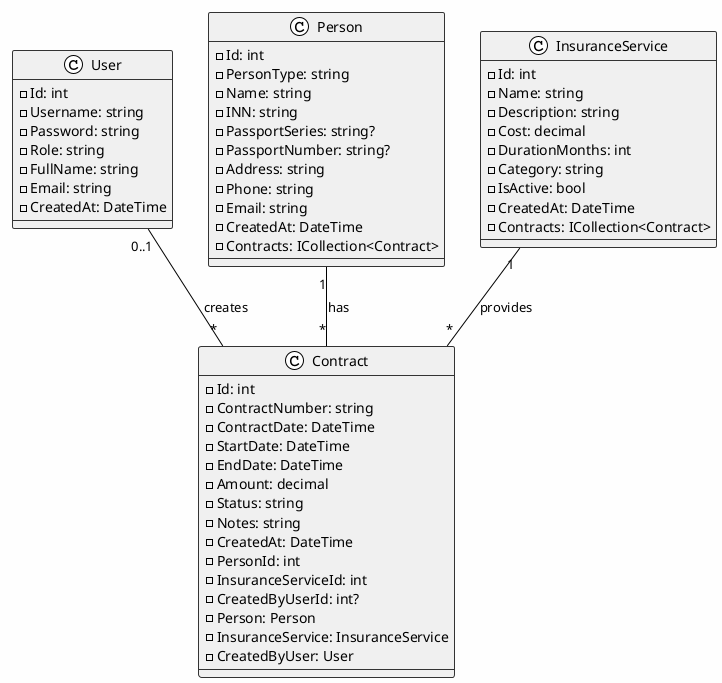
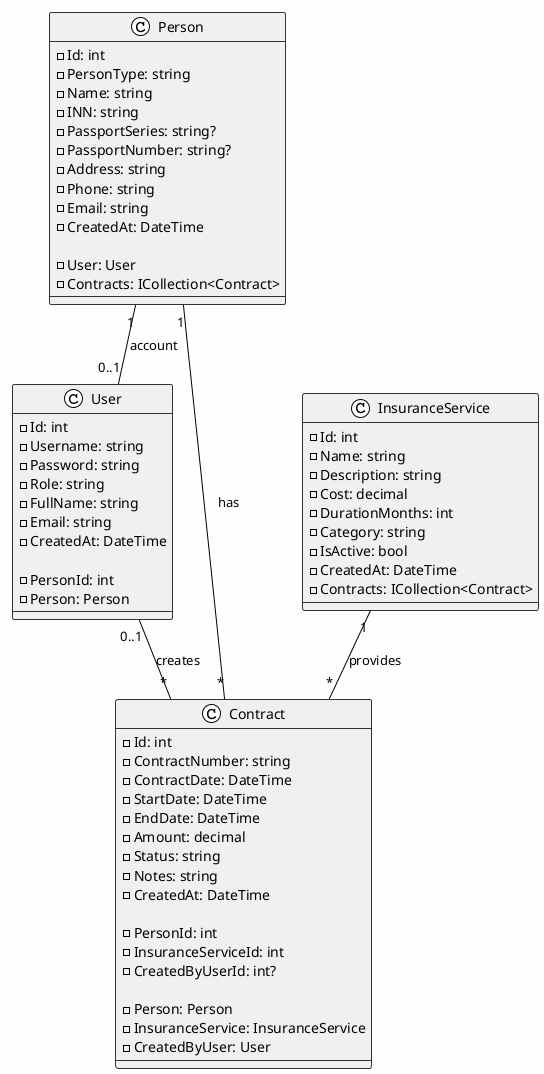
@startuml Orbis_ClassDiagram
!theme plain
skinparam backgroundColor #FEFEFE
skinparam classBackgroundColor #F0F0F0
skinparam classBorderColor #333333

class User {
    - Id: int
    - Username: string
    - Password: string
    - Role: string
    - FullName: string
    - Email: string
    - CreatedAt: DateTime
+ 
+     - PersonId: int
+     - Person: Person
}

class Person {
    - Id: int
    - PersonType: string
    - Name: string
    - INN: string
    - PassportSeries: string?
    - PassportNumber: string?
    - Address: string
    - Phone: string
    - Email: string
    - CreatedAt: DateTime
+ 
+     - User: User
    - Contracts: ICollection<Contract>
}

class InsuranceService {
    - Id: int
    - Name: string
    - Description: string
    - Cost: decimal
    - DurationMonths: int
    - Category: string
    - IsActive: bool
    - CreatedAt: DateTime
    - Contracts: ICollection<Contract>
}

class Contract {
    - Id: int
    - ContractNumber: string
    - ContractDate: DateTime
    - StartDate: DateTime
    - EndDate: DateTime
    - Amount: decimal
    - Status: string
    - Notes: string
    - CreatedAt: DateTime
+ 
    - PersonId: int
    - InsuranceServiceId: int
    - CreatedByUserId: int?
+ 
    - Person: Person
    - InsuranceService: InsuranceService
    - CreatedByUser: User
}

Person "1" -- "*" Contract : has
InsuranceService "1" -- "*" Contract : provides
User "0..1" -- "*" Contract : creates

+ Person "1" -- "0..1" User : account
+ 
@enduml
